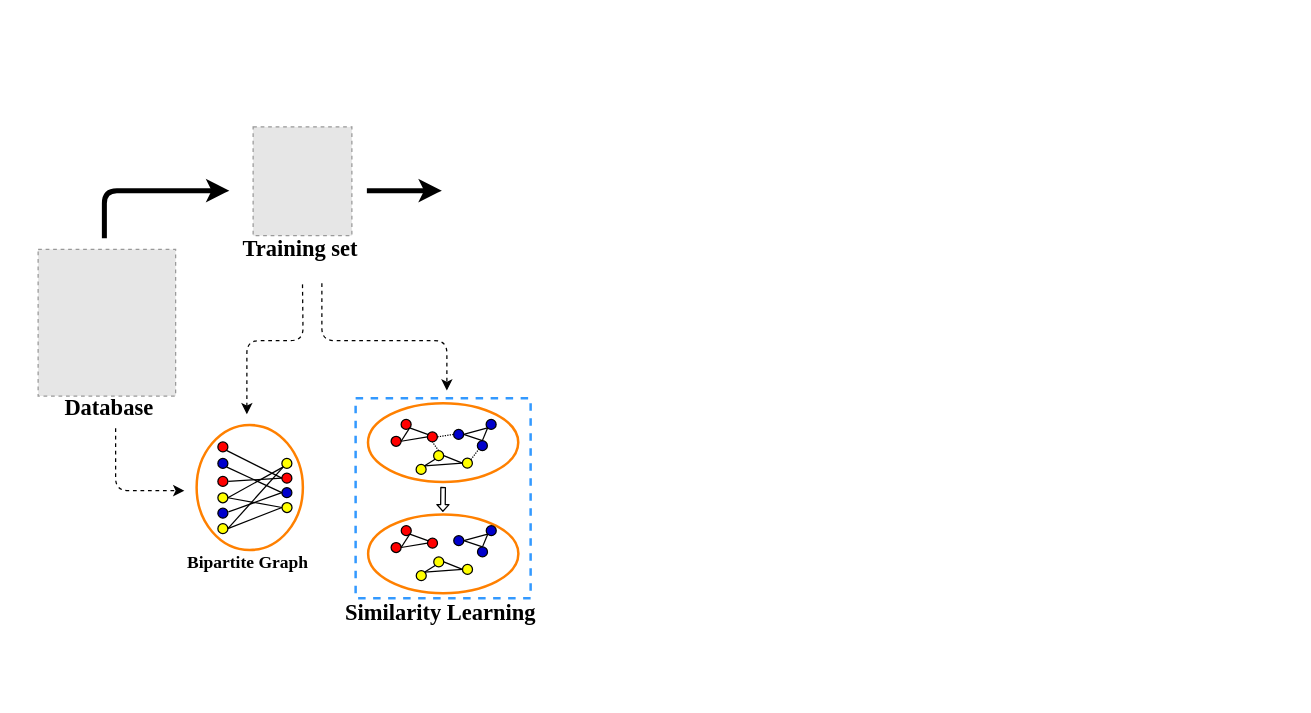
Earlier version of the draw.io diagram Untitled Diagram.drawio (pangxuanrong/DSH-NetWork). Source tidied: cells renumbered, new cells numbered last; positions are measured from the earlier drawing's top-left corner, leaving out a move shared by most shapes. Both pictures are drawn from the tidied source at 125%, with x=0, y=0 at pixel (21, 126). Pictures stored in the file or linked from it are replaced by grey dashed boxes.
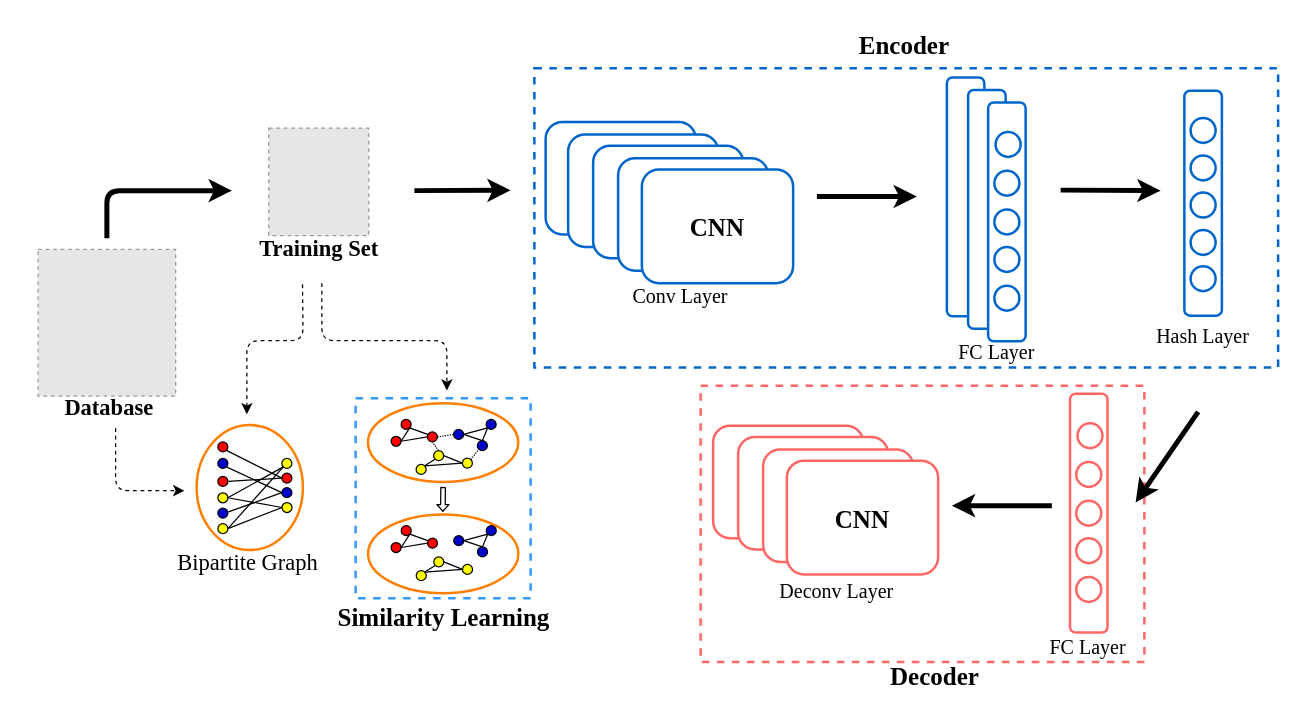
After the change.

The change refers to these unchanged cells:
```xml
<mxCell id="30" style="group;" parent="1" vertex="1">
  <mxGeometry x="247" y="217" width="180" height="185" as="geometry" />
</mxCell>
```

Change to the diagram source:
```diff
@@
-    <mxCell id="2" style="fillColor=#E6E6E6;strokeColor=#999999;dashed=1;verticalLabelPosition=bottom;labelBackgroundColor=#ffffff;verticalAlign=top;" parent="1" vertex="1">
-      <mxGeometry x="185" width="79" height="87" as="geometry" />
-    </mxCell>
+    <mxCell id="78" style="rounded=0;whiteSpace=wrap;html=1;strokeWidth=2;gradientColor=none;dashed=1;fillColor=none;strokeColor=#FF6666;" parent="1" vertex="1">
+      <mxGeometry x="543" y="207" width="355" height="221" as="geometry" />
+    </mxCell>
+    <mxCell id="79" style="rounded=0;whiteSpace=wrap;html=1;strokeWidth=2;gradientColor=none;dashed=1;fillColor=none;strokeColor=#0066CC;" parent="1" vertex="1">
+      <mxGeometry x="410" y="-47" width="595" height="239.5" as="geometry" />
+    </mxCell>
     <mxCell id="3" style="endArrow=classic;html=1;strokeWidth=4;" parent="1" edge="1">
       <mxGeometry relative="1" as="geometry">
-        <mxPoint x="66" y="89" as="sourcePoint" />
-        <mxPoint x="166" y="51" as="targetPoint" />
+        <mxPoint x="68" y="89" as="sourcePoint" />
+        <mxPoint x="168" y="51" as="targetPoint" />
         <Array as="points">
-          <mxPoint x="66" y="51" />
+          <mxPoint x="68" y="51" />
         </Array>
       </mxGeometry>
     </mxCell>
-    <mxCell id="4" value="&lt;b style=&quot;font-size: 18px&quot;&gt;&lt;font face=&quot;Times New Roman&quot;&gt;Training set&lt;/font&gt;&lt;/b&gt;" style="text;html=1;strokeColor=none;fillColor=none;align=center;verticalAlign=middle;whiteSpace=wrap;rounded=0;shadow=0;" parent="1" vertex="1">
-      <mxGeometry x="152.5" y="78" width="140" height="40" as="geometry" />
+    <mxCell id="4" value="&lt;span style=&quot;font-size: 18px&quot;&gt;&lt;font face=&quot;Times New Roman&quot;&gt;&lt;b&gt;Training Set&lt;/b&gt;&lt;/font&gt;&lt;/span&gt;" style="text;html=1;strokeColor=none;fillColor=none;align=center;verticalAlign=middle;whiteSpace=wrap;rounded=0;shadow=0;" parent="1" vertex="1">
+      <mxGeometry x="167.5" y="78" width="140" height="40" as="geometry" />
     </mxCell>
     <mxCell id="5" style="endArrow=classic;html=1;strokeWidth=4;" parent="1" edge="1">
       <mxGeometry relative="1" as="geometry">
-        <mxPoint x="276" y="51" as="sourcePoint" />
-        <mxPoint x="336" y="51" as="targetPoint" />
+        <mxPoint x="314" y="51" as="sourcePoint" />
+        <mxPoint x="391" y="50.7" as="targetPoint" />
       </mxGeometry>
     </mxCell>
-    <mxCell id="6" value="&lt;b style=&quot;font-size: 18px&quot;&gt;&lt;font face=&quot;Times New Roman&quot;&gt;Database&lt;/font&gt;&lt;/b&gt;" style="text;html=1;strokeColor=none;fillColor=none;align=center;verticalAlign=middle;whiteSpace=wrap;rounded=0;shadow=0;" parent="1" vertex="1">
+    <mxCell id="6" value="&lt;span style=&quot;font-size: 18px&quot;&gt;&lt;font face=&quot;Times New Roman&quot;&gt;&lt;b&gt;Database&lt;/b&gt;&lt;/font&gt;&lt;/span&gt;" style="text;html=1;strokeColor=none;fillColor=none;align=center;verticalAlign=middle;whiteSpace=wrap;rounded=0;shadow=0;" parent="1" vertex="1">
       <mxGeometry y="205" width="140" height="40" as="geometry" />
     </mxCell>
@@
-    <mxCell id="10" value="&lt;font style=&quot;font-size: 14px&quot; face=&quot;Times New Roman&quot;&gt;&lt;b&gt;Bipartite Graph&lt;/b&gt;&lt;/font&gt;" style="text;html=1;strokeColor=none;fillColor=none;align=center;verticalAlign=middle;whiteSpace=wrap;rounded=0;shadow=0;fontSize=12;" parent="1" vertex="1">
+    <mxCell id="10" value="&lt;font face=&quot;Times New Roman&quot; style=&quot;font-size: 18px&quot;&gt;Bipartite Graph&lt;/font&gt;" style="text;html=1;strokeColor=none;fillColor=none;align=center;verticalAlign=middle;whiteSpace=wrap;rounded=0;shadow=0;fontSize=12;" parent="1" vertex="1">
       <mxGeometry x="111.2" y="329.4" width="140" height="40" as="geometry" />
     </mxCell>
@@
-    <mxCell id="31" value="&lt;b style=&quot;color: rgb(0 , 0 , 0) ; font-size: 12px ; font-style: normal ; letter-spacing: normal ; text-align: center ; text-indent: 0px ; text-transform: none ; word-spacing: 0px ; background-color: rgb(255 , 255 , 255)&quot;&gt;&lt;font style=&quot;font-size: 18px&quot; face=&quot;Times New Roman&quot;&gt;Similarity Learning&lt;/font&gt;&lt;/b&gt;" style="text;whiteSpace=wrap;html=1;" parent="30" vertex="1">
-      <mxGeometry x="10" y="155" width="180" height="30" as="geometry" />
+    <mxCell id="31" value="&lt;b style=&quot;color: rgb(0 , 0 , 0) ; font-style: normal ; letter-spacing: normal ; text-align: center ; text-indent: 0px ; text-transform: none ; word-spacing: 0px ; background-color: rgb(255 , 255 , 255)&quot;&gt;&lt;font style=&quot;font-size: 20px&quot; face=&quot;Times New Roman&quot;&gt;Similarity Learning&lt;/font&gt;&lt;/b&gt;" style="text;whiteSpace=wrap;html=1;" parent="30" vertex="1">
+      <mxGeometry x="4" y="157" width="180" height="30" as="geometry" />
     </mxCell>
@@
+    <mxCell id="80" style="fillColor=#E6E6E6;strokeColor=#999999;dashed=1;verticalLabelPosition=bottom;labelBackgroundColor=#ffffff;verticalAlign=top;" parent="1" vertex="1">
+      <mxGeometry x="197.5" y="1" width="80" height="86" as="geometry" />
+    </mxCell>
+    <mxCell id="81" style="rounded=1;whiteSpace=wrap;html=1;strokeWidth=2;strokeColor=#0066CC;" parent="1" vertex="1">
+      <mxGeometry x="419" y="-4" width="120" height="90" as="geometry" />
+    </mxCell>
+    <mxCell id="82" style="rounded=1;whiteSpace=wrap;html=1;strokeWidth=2;strokeColor=#0066CC;" parent="1" vertex="1">
+      <mxGeometry x="437" y="6" width="120" height="90" as="geometry" />
+    </mxCell>
+    <mxCell id="83" style="rounded=1;whiteSpace=wrap;html=1;strokeWidth=2;strokeColor=#0066CC;" parent="1" vertex="1">
+      <mxGeometry x="457" y="15" width="120" height="90" as="geometry" />
+    </mxCell>
+    <mxCell id="84" style="rounded=1;whiteSpace=wrap;html=1;strokeWidth=2;strokeColor=#0066CC;" parent="1" vertex="1">
+      <mxGeometry x="477" y="25" width="120" height="90" as="geometry" />
+    </mxCell>
+    <mxCell id="85" value="&lt;font face=&quot;Times New Roman&quot; style=&quot;font-size: 20px&quot;&gt;&lt;b&gt;CNN&lt;/b&gt;&lt;/font&gt;" style="rounded=1;whiteSpace=wrap;html=1;strokeWidth=2;strokeColor=#0066CC;" parent="1" vertex="1">
+      <mxGeometry x="496" y="34" width="121" height="91" as="geometry" />
+    </mxCell>
+    <mxCell id="86" style="endArrow=classic;html=1;strokeWidth=4;" parent="1" edge="1">
+      <mxGeometry relative="1" as="geometry">
+        <mxPoint x="636" y="55.7" as="sourcePoint" />
+        <mxPoint x="716" y="55.7" as="targetPoint" />
+      </mxGeometry>
+    </mxCell>
+    <mxCell id="87" style="group;" parent="1" vertex="1">
+      <mxGeometry x="740" y="-39.5" width="63" height="211" as="geometry" />
+    </mxCell>
+    <mxCell id="88" style="rounded=1;whiteSpace=wrap;html=1;strokeWidth=2;gradientColor=none;strokeColor=#0066CC;" parent="87" vertex="1">
+      <mxGeometry width="30" height="191" as="geometry" />
+    </mxCell>
+    <mxCell id="89" style="rounded=1;whiteSpace=wrap;html=1;strokeWidth=2;gradientColor=none;strokeColor=#0066CC;" parent="87" vertex="1">
+      <mxGeometry x="17" y="10" width="30" height="191" as="geometry" />
+    </mxCell>
+    <mxCell id="90" style="rounded=1;whiteSpace=wrap;html=1;strokeWidth=2;gradientColor=none;strokeColor=#0066CC;" parent="87" vertex="1">
+      <mxGeometry x="33" y="20" width="30" height="191" as="geometry" />
+    </mxCell>
+    <mxCell id="91" style="ellipse;whiteSpace=wrap;html=1;strokeWidth=2;gradientColor=none;strokeColor=#0066CC;" parent="87" vertex="1">
+      <mxGeometry x="39" y="43.5" width="20" height="20" as="geometry" />
+    </mxCell>
+    <mxCell id="92" style="ellipse;whiteSpace=wrap;html=1;strokeWidth=2;gradientColor=none;strokeColor=#0066CC;" parent="87" vertex="1">
+      <mxGeometry x="38" y="74.5" width="20" height="20" as="geometry" />
+    </mxCell>
+    <mxCell id="93" style="ellipse;whiteSpace=wrap;html=1;strokeWidth=2;gradientColor=none;strokeColor=#0066CC;" parent="87" vertex="1">
+      <mxGeometry x="38" y="105.5" width="20" height="20" as="geometry" />
+    </mxCell>
+    <mxCell id="94" style="ellipse;whiteSpace=wrap;html=1;strokeWidth=2;gradientColor=none;strokeColor=#0066CC;" parent="87" vertex="1">
+      <mxGeometry x="38" y="135.5" width="20" height="20" as="geometry" />
+    </mxCell>
+    <mxCell id="95" style="ellipse;whiteSpace=wrap;html=1;strokeWidth=2;gradientColor=none;strokeColor=#0066CC;" parent="87" vertex="1">
+      <mxGeometry x="38" y="166.5" width="20" height="20" as="geometry" />
+    </mxCell>
+    <mxCell id="96" style="endArrow=classic;html=1;strokeWidth=4;" parent="1" edge="1">
+      <mxGeometry relative="1" as="geometry">
+        <mxPoint x="831" y="50.6" as="sourcePoint" />
+        <mxPoint x="911" y="51" as="targetPoint" />
+      </mxGeometry>
+    </mxCell>
+    <mxCell id="97" style="endArrow=classic;html=1;strokeWidth=4;" parent="1" edge="1">
+      <mxGeometry relative="1" as="geometry">
+        <mxPoint x="941" y="228" as="sourcePoint" />
+        <mxPoint x="891" y="300.4" as="targetPoint" />
+      </mxGeometry>
+    </mxCell>
+    <mxCell id="98" style="group;" parent="1" vertex="1">
+      <mxGeometry x="805.5" y="193.5" width="63" height="211" as="geometry" />
+    </mxCell>
+    <mxCell id="99" style="group;" parent="98" vertex="1">
+      <mxGeometry x="33" y="20" width="30" height="191" as="geometry" />
+    </mxCell>
+    <mxCell id="100" style="rounded=1;whiteSpace=wrap;html=1;strokeWidth=2;gradientColor=none;strokeColor=#FF6666;" parent="99" vertex="1">
+      <mxGeometry width="30" height="191" as="geometry" />
+    </mxCell>
+    <mxCell id="101" style="ellipse;whiteSpace=wrap;html=1;strokeWidth=2;gradientColor=none;strokeColor=#FF6666;" parent="99" vertex="1">
+      <mxGeometry x="6" y="23.5" width="20" height="20" as="geometry" />
+    </mxCell>
+    <mxCell id="102" style="ellipse;whiteSpace=wrap;html=1;strokeWidth=2;gradientColor=none;strokeColor=#FF6666;" parent="99" vertex="1">
+      <mxGeometry x="5" y="54.5" width="20" height="20" as="geometry" />
+    </mxCell>
+    <mxCell id="103" style="ellipse;whiteSpace=wrap;html=1;strokeWidth=2;gradientColor=none;strokeColor=#FF6666;" parent="99" vertex="1">
+      <mxGeometry x="5" y="85.5" width="20" height="20" as="geometry" />
+    </mxCell>
+    <mxCell id="104" style="ellipse;whiteSpace=wrap;html=1;strokeWidth=2;gradientColor=none;strokeColor=#FF6666;" parent="99" vertex="1">
+      <mxGeometry x="5" y="115.5" width="20" height="20" as="geometry" />
+    </mxCell>
+    <mxCell id="105" style="ellipse;whiteSpace=wrap;html=1;strokeWidth=2;gradientColor=none;strokeColor=#FF6666;" parent="99" vertex="1">
+      <mxGeometry x="5" y="146.5" width="20" height="20" as="geometry" />
+    </mxCell>
+    <mxCell id="106" style="group;" parent="1" vertex="1">
+      <mxGeometry x="553" y="239" width="180" height="119" as="geometry" />
+    </mxCell>
+    <mxCell id="107" style="rounded=1;whiteSpace=wrap;html=1;strokeWidth=2;strokeColor=#FF6666;" parent="106" vertex="1">
+      <mxGeometry width="120" height="90" as="geometry" />
+    </mxCell>
+    <mxCell id="108" style="rounded=1;whiteSpace=wrap;html=1;strokeWidth=2;strokeColor=#FF6666;" parent="106" vertex="1">
+      <mxGeometry x="20" y="9" width="120" height="90" as="geometry" />
+    </mxCell>
+    <mxCell id="109" style="rounded=1;whiteSpace=wrap;html=1;strokeWidth=2;strokeColor=#FF6666;" parent="106" vertex="1">
+      <mxGeometry x="40" y="19" width="120" height="90" as="geometry" />
+    </mxCell>
+    <mxCell id="110" value="&lt;font face=&quot;Times New Roman&quot; style=&quot;font-size: 20px&quot;&gt;&lt;b&gt;CNN&lt;/b&gt;&lt;/font&gt;" style="rounded=1;whiteSpace=wrap;html=1;strokeWidth=2;strokeColor=#FF6666;" parent="106" vertex="1">
+      <mxGeometry x="59" y="28" width="121" height="91" as="geometry" />
+    </mxCell>
+    <mxCell id="111" style="endArrow=classic;html=1;strokeWidth=4;" parent="1" edge="1">
+      <mxGeometry relative="1" as="geometry">
+        <mxPoint x="824" y="303" as="sourcePoint" />
+        <mxPoint x="744" y="303" as="targetPoint" />
+      </mxGeometry>
+    </mxCell>
+    <mxCell id="112" value="&lt;font face=&quot;Times New Roman&quot; style=&quot;font-size: 16px&quot;&gt;Conv Layer&lt;/font&gt;" style="text;html=1;strokeColor=none;fillColor=none;align=center;verticalAlign=middle;whiteSpace=wrap;rounded=0;shadow=0;fontSize=12;" parent="1" vertex="1">
+      <mxGeometry x="457" y="115" width="140" height="40" as="geometry" />
+    </mxCell>
+    <mxCell id="113" value="&lt;font face=&quot;Times New Roman&quot; style=&quot;font-size: 16px&quot;&gt;Deconv Layer&lt;/font&gt;" style="text;html=1;strokeColor=none;fillColor=none;align=center;verticalAlign=middle;whiteSpace=wrap;rounded=0;shadow=0;fontSize=12;" parent="1" vertex="1">
+      <mxGeometry x="582" y="351" width="140" height="40" as="geometry" />
+    </mxCell>
+    <mxCell id="114" value="&lt;font face=&quot;Times New Roman&quot; style=&quot;font-size: 16px&quot;&gt;FC Layer&lt;/font&gt;" style="text;html=1;strokeColor=none;fillColor=none;align=center;verticalAlign=middle;whiteSpace=wrap;rounded=0;shadow=0;fontSize=12;" parent="1" vertex="1">
+      <mxGeometry x="710" y="159.6" width="140" height="40" as="geometry" />
+    </mxCell>
+    <mxCell id="115" value="&lt;font face=&quot;Times New Roman&quot; style=&quot;font-size: 16px&quot;&gt;FC Layer&lt;/font&gt;" style="text;html=1;strokeColor=none;fillColor=none;align=center;verticalAlign=middle;whiteSpace=wrap;rounded=0;shadow=0;fontSize=12;" parent="1" vertex="1">
+      <mxGeometry x="783" y="396" width="140" height="40" as="geometry" />
+    </mxCell>
+    <mxCell id="116" value="&lt;font face=&quot;Times New Roman&quot; style=&quot;font-size: 16px&quot;&gt;&lt;span&gt;Hash Layer&lt;br&gt;&lt;br&gt;&lt;/span&gt;&lt;/font&gt;" style="text;html=1;strokeColor=none;fillColor=none;align=center;verticalAlign=middle;whiteSpace=wrap;rounded=0;shadow=0;fontSize=12;rotation=0;" parent="1" vertex="1">
+      <mxGeometry x="875" y="157" width="140" height="40" as="geometry" />
+    </mxCell>
+    <mxCell id="117" value="&lt;b style=&quot;color: rgb(0 , 0 , 0) ; font-family: &amp;#34;helvetica&amp;#34; ; font-style: normal ; letter-spacing: normal ; text-align: center ; text-indent: 0px ; text-transform: none ; word-spacing: 0px ; background-color: rgb(255 , 255 , 255)&quot;&gt;&lt;font face=&quot;Times New Roman&quot; style=&quot;font-size: 20px&quot;&gt;Encoder&lt;/font&gt;&lt;/b&gt;" style="text;whiteSpace=wrap;html=1;" parent="1" vertex="1">
+      <mxGeometry x="668" y="-84" width="120" height="30" as="geometry" />
+    </mxCell>
+    <mxCell id="118" style="group;" parent="1" vertex="1">
+      <mxGeometry x="930" y="-29" width="30" height="180" as="geometry" />
+    </mxCell>
+    <mxCell id="119" style="rounded=1;whiteSpace=wrap;html=1;strokeWidth=2;gradientColor=none;strokeColor=#0066CC;" parent="118" vertex="1">
+      <mxGeometry width="30" height="180" as="geometry" />
+    </mxCell>
+    <mxCell id="120" style="ellipse;whiteSpace=wrap;html=1;strokeWidth=2;gradientColor=none;strokeColor=#0066CC;" parent="118" vertex="1">
+      <mxGeometry x="5" y="21.8" width="20" height="20" as="geometry" />
+    </mxCell>
+    <mxCell id="121" style="ellipse;whiteSpace=wrap;html=1;strokeWidth=2;gradientColor=none;strokeColor=#0066CC;" parent="118" vertex="1">
+      <mxGeometry x="5" y="51.8" width="20" height="20" as="geometry" />
+    </mxCell>
+    <mxCell id="122" style="ellipse;whiteSpace=wrap;html=1;strokeWidth=2;gradientColor=none;strokeColor=#0066CC;" parent="118" vertex="1">
+      <mxGeometry x="5" y="81.5" width="20" height="20" as="geometry" />
+    </mxCell>
+    <mxCell id="123" style="ellipse;whiteSpace=wrap;html=1;strokeWidth=2;gradientColor=none;strokeColor=#0066CC;" parent="118" vertex="1">
+      <mxGeometry x="5" y="111.4" width="20" height="20" as="geometry" />
+    </mxCell>
+    <mxCell id="124" style="ellipse;whiteSpace=wrap;html=1;strokeWidth=2;gradientColor=none;strokeColor=#0066CC;" parent="118" vertex="1">
+      <mxGeometry x="5" y="140.4" width="20" height="20" as="geometry" />
+    </mxCell>
+    <mxCell id="125" value="&lt;b style=&quot;color: rgb(0 , 0 , 0) ; font-family: &amp;#34;helvetica&amp;#34; ; font-style: normal ; letter-spacing: normal ; text-align: center ; text-indent: 0px ; text-transform: none ; word-spacing: 0px ; background-color: rgb(255 , 255 , 255)&quot;&gt;&lt;font face=&quot;Times New Roman&quot; style=&quot;font-size: 20px&quot;&gt;Decoder&lt;/font&gt;&lt;/b&gt;" style="text;whiteSpace=wrap;html=1;" parent="1" vertex="1">
+      <mxGeometry x="692.5" y="421" width="120" height="30" as="geometry" />
+    </mxCell>
```
